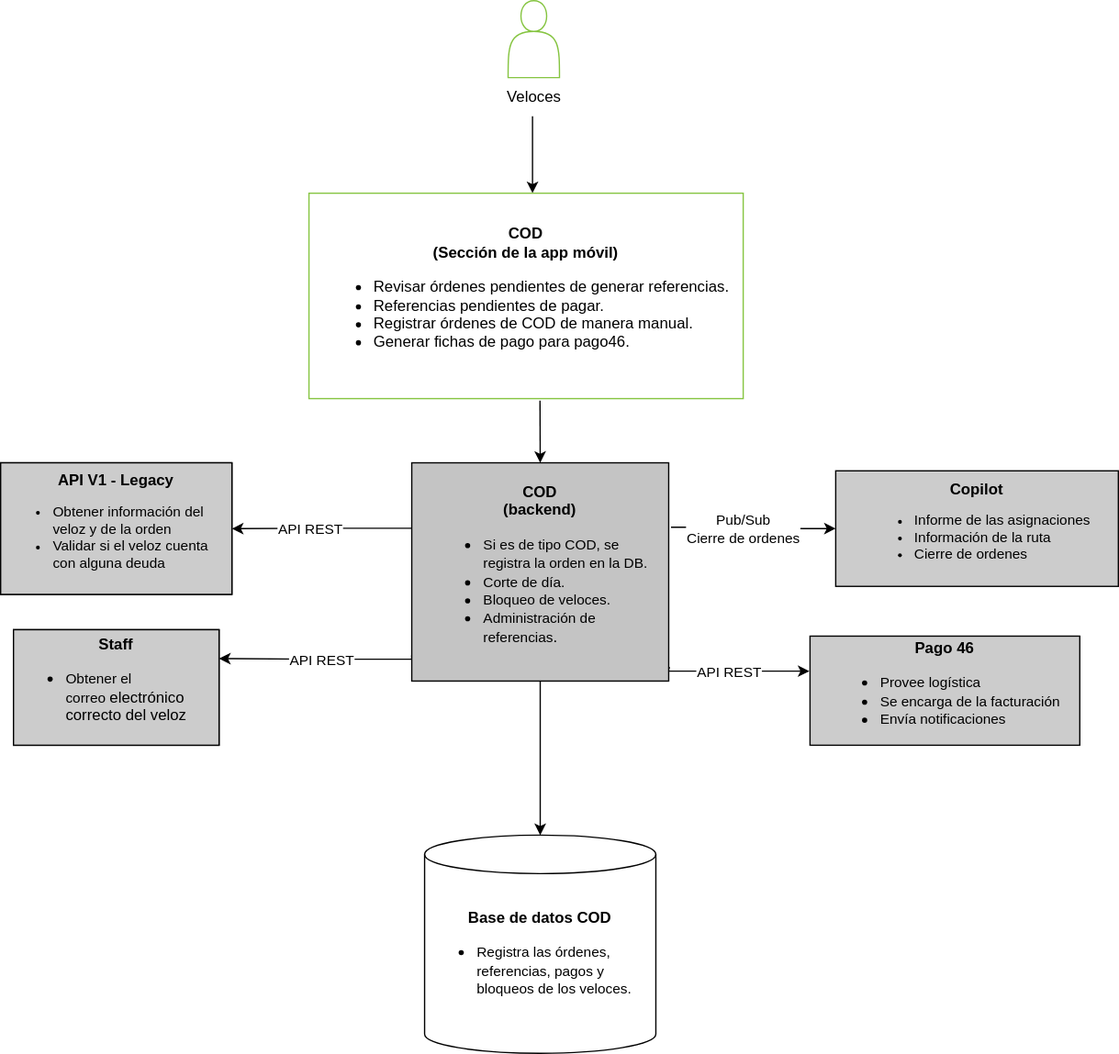
Before: Diagrama C2 COD.svg, a diagram exported from draw.io (dani99m/Diagramas). Source tidied: cells renumbered, new cells last; positions are measured from the earlier drawing's top-left corner, leaving out a move shared by most shapes.
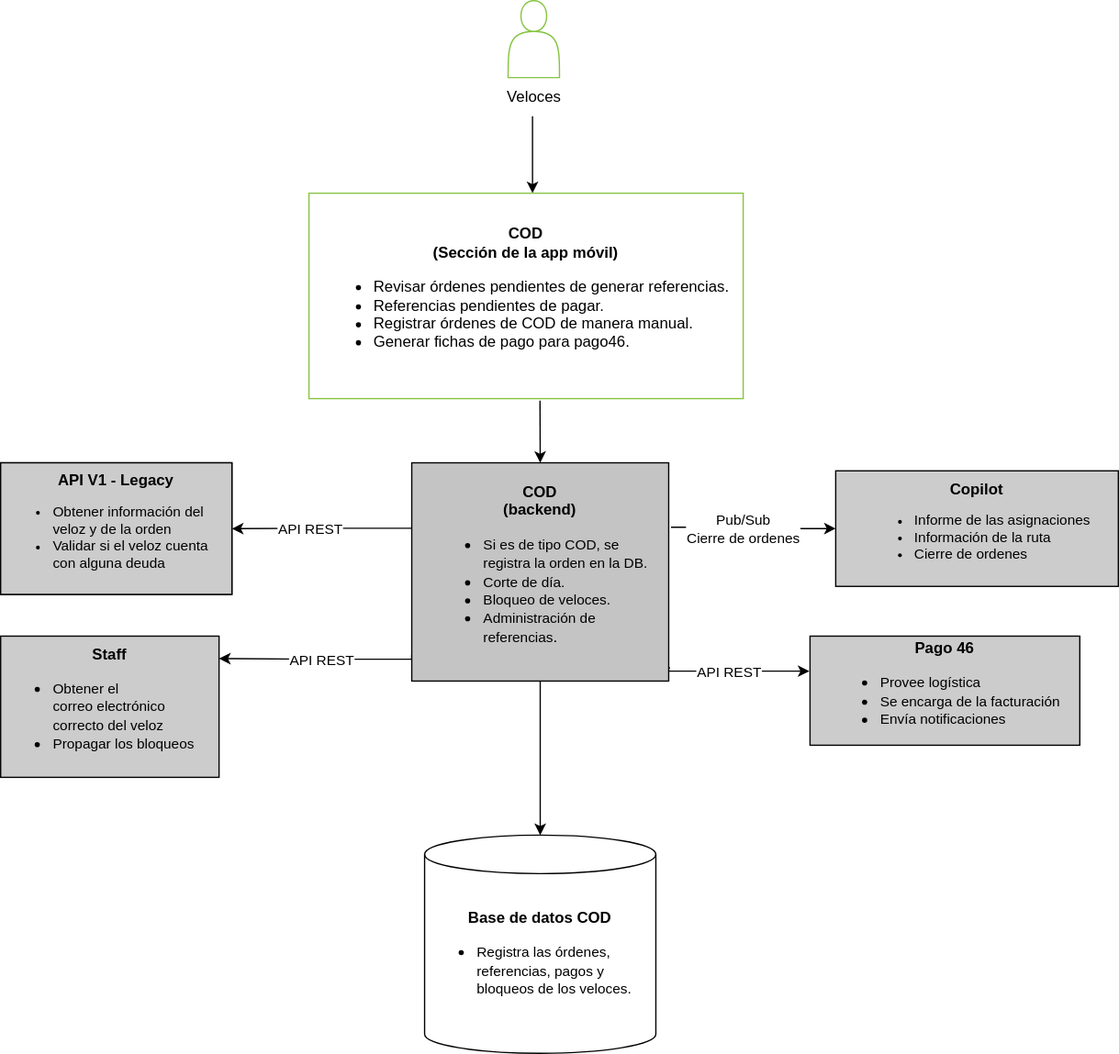
After the change.

Diff of the diagram source:
```diff
@@ -34,8 +34,9 @@
         <mxPoint x="4" y="-4" as="offset" />
       </mxGeometry>
     </mxCell>
-    <mxCell id="10" style="edgeStyle=orthogonalEdgeStyle;rounded=0;jettySize=auto;html=1;exitX=0;exitY=0.882;exitDx=0;exitDy=0;fontSize=11;exitPerimeter=0;entryX=1;entryY=0.25;entryDx=0;entryDy=0;" parent="1" edge="1" source="17" target="20">
+    <mxCell id="10" style="edgeStyle=orthogonalEdgeStyle;rounded=0;jettySize=auto;html=1;exitX=0;exitY=0.882;exitDx=0;exitDy=0;fontSize=11;exitPerimeter=0;entryX=1;entryY=0.25;entryDx=0;entryDy=0;" parent="1" edge="1" source="17">
       <mxGeometry relative="1" as="geometry">
+        <mxPoint x="170" y="512.5" as="targetPoint" />
         <Array as="points">
           <mxPoint x="320" y="513" />
           <mxPoint x="245" y="513" />
@@ -78,9 +79,6 @@
     <mxCell id="19" value="&lt;font style=&quot;font-weight: bold; font-size: 12px;&quot;&gt;API V1 - Legacy&lt;/font&gt;&lt;br&gt;&lt;div style=&quot;text-align: left;&quot;&gt;&lt;ul style=&quot;&quot;&gt;&lt;li style=&quot;&quot;&gt;&lt;span style=&quot;background-color: initial;&quot;&gt;Obtener información&amp;nbsp;&lt;/span&gt;del veloz y de la orden&lt;/li&gt;&lt;li style=&quot;&quot;&gt;Validar si el veloz cuenta con alguna deuda&lt;/li&gt;&lt;/ul&gt;&lt;/div&gt;" style="rounded=0;whiteSpace=wrap;html=1;fontSize=11;" parent="1" vertex="1">
       <mxGeometry y="360" width="180" height="102.5" as="geometry" />
     </mxCell>
-    <mxCell id="20" value="&lt;b&gt;Staff&lt;/b&gt;&lt;br&gt;&lt;div style=&quot;text-align: left;&quot;&gt;&lt;ul&gt;&lt;li&gt;&lt;span style=&quot;background-color: initial;&quot;&gt;&lt;font style=&quot;font-size: 11px;&quot;&gt;Obtener el correo&amp;nbsp;&lt;/font&gt;&lt;/span&gt;electrónico correcto del veloz&lt;/li&gt;&lt;/ul&gt;&lt;/div&gt;" style="rounded=0;whiteSpace=wrap;html=1;fontSize=12;" parent="1" vertex="1">
-      <mxGeometry x="10" y="490" width="160" height="90" as="geometry" />
-    </mxCell>
     <mxCell id="21" value="&lt;font style=&quot;font-size: 12px;&quot;&gt;&lt;b&gt;Copilot&lt;/b&gt;&lt;/font&gt;&lt;br&gt;&lt;ul&gt;&lt;li style=&quot;text-align: left;&quot;&gt;Informe de las asignaciones&lt;/li&gt;&lt;li style=&quot;text-align: left;&quot;&gt;Información de la ruta&lt;/li&gt;&lt;li style=&quot;text-align: left;&quot;&gt;Cierre de ordenes&lt;/li&gt;&lt;/ul&gt;" style="rounded=0;whiteSpace=wrap;html=1;fontSize=11;fillColor=#CCCCCC;" parent="1" vertex="1">
       <mxGeometry x="650" y="366.2" width="220" height="90" as="geometry" />
     </mxCell>
@@ -90,8 +88,8 @@
     <mxCell id="23" value="&lt;font style=&quot;font-weight: bold; font-size: 12px;&quot;&gt;API V1 - Legacy&lt;/font&gt;&lt;br&gt;&lt;div style=&quot;text-align: left;&quot;&gt;&lt;ul style=&quot;&quot;&gt;&lt;li style=&quot;&quot;&gt;&lt;span style=&quot;background-color: initial;&quot;&gt;Obtener información&amp;nbsp;&lt;/span&gt;del veloz y de la orden&lt;/li&gt;&lt;li style=&quot;&quot;&gt;Validar si el veloz cuenta con alguna deuda&lt;/li&gt;&lt;/ul&gt;&lt;/div&gt;" style="rounded=0;whiteSpace=wrap;html=1;fontSize=11;fillColor=#CCCCCC;" parent="1" vertex="1">
       <mxGeometry y="360" width="180" height="102.5" as="geometry" />
     </mxCell>
-    <mxCell id="24" value="&lt;b&gt;Staff&lt;/b&gt;&lt;br&gt;&lt;div style=&quot;text-align: left;&quot;&gt;&lt;ul&gt;&lt;li&gt;&lt;span style=&quot;background-color: initial;&quot;&gt;&lt;font style=&quot;font-size: 11px;&quot;&gt;Obtener el correo&amp;nbsp;&lt;/font&gt;&lt;/span&gt;electrónico correcto del veloz&lt;/li&gt;&lt;/ul&gt;&lt;/div&gt;" style="rounded=0;whiteSpace=wrap;html=1;fontSize=12;fillColor=#CCCCCC;" parent="1" vertex="1">
-      <mxGeometry x="10" y="490" width="160" height="90" as="geometry" />
+    <mxCell id="24" value="&lt;b&gt;Staff&lt;/b&gt;&lt;br&gt;&lt;div style=&quot;text-align: left;&quot;&gt;&lt;ul&gt;&lt;li&gt;&lt;span style=&quot;background-color: initial;&quot;&gt;&lt;font style=&quot;font-size: 11px;&quot;&gt;Obtener el correo&amp;nbsp;&lt;/font&gt;&lt;/span&gt;&lt;font style=&quot;font-size: 11px;&quot;&gt;electrónico correcto del veloz&lt;/font&gt;&lt;/li&gt;&lt;li&gt;&lt;font style=&quot;font-size: 11px;&quot;&gt;Propagar los bloqueos&lt;/font&gt;&lt;/li&gt;&lt;/ul&gt;&lt;/div&gt;" style="rounded=0;whiteSpace=wrap;html=1;fontSize=12;fillColor=#CCCCCC;" parent="1" vertex="1">
+      <mxGeometry y="495" width="170" height="110" as="geometry" />
     </mxCell>
   </root>
 </mxGraphModel>
```
